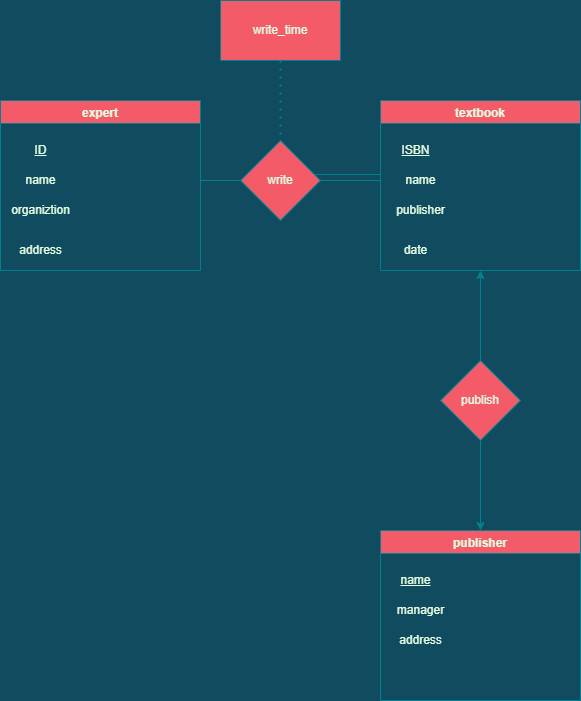
Above: textbook.drawio.png in LoveCNLoveCny2001/DB_ERD (draw.io), before the change. Source tidied: cells renumbered, new cells last; positions are measured from the earlier drawing's top-left corner, leaving out a move shared by most shapes.
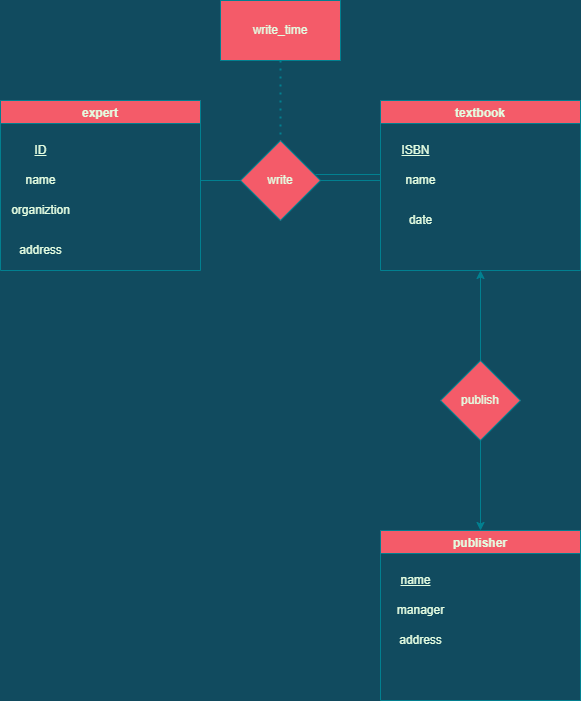
Above is the later version.

What changed in the source:
```diff
@@ -23,11 +23,8 @@
     <mxCell id="8" value="name" style="text;html=1;align=center;verticalAlign=middle;strokeColor=none;fillColor=none;fontColor=#E4FDE1;" parent="7" vertex="1">
       <mxGeometry x="15" y="70" width="50" height="20" as="geometry" />
     </mxCell>
-    <mxCell id="9" value="publisher" style="text;html=1;align=center;verticalAlign=middle;strokeColor=none;fillColor=none;fontColor=#E4FDE1;" parent="7" vertex="1">
-      <mxGeometry x="10" y="100" width="60" height="20" as="geometry" />
-    </mxCell>
     <mxCell id="10" value="date" style="text;html=1;align=center;verticalAlign=middle;strokeColor=none;fillColor=none;fontColor=#E4FDE1;" parent="7" vertex="1">
-      <mxGeometry x="15" y="140" width="40" height="20" as="geometry" />
+      <mxGeometry x="20" y="110" width="40" height="20" as="geometry" />
     </mxCell>
     <mxCell id="11" value="&lt;u&gt;ISBN&lt;/u&gt;" style="text;html=1;align=center;verticalAlign=middle;strokeColor=none;fillColor=none;fontColor=#E4FDE1;" parent="7" vertex="1">
       <mxGeometry x="15" y="40" width="40" height="20" as="geometry" />
```
